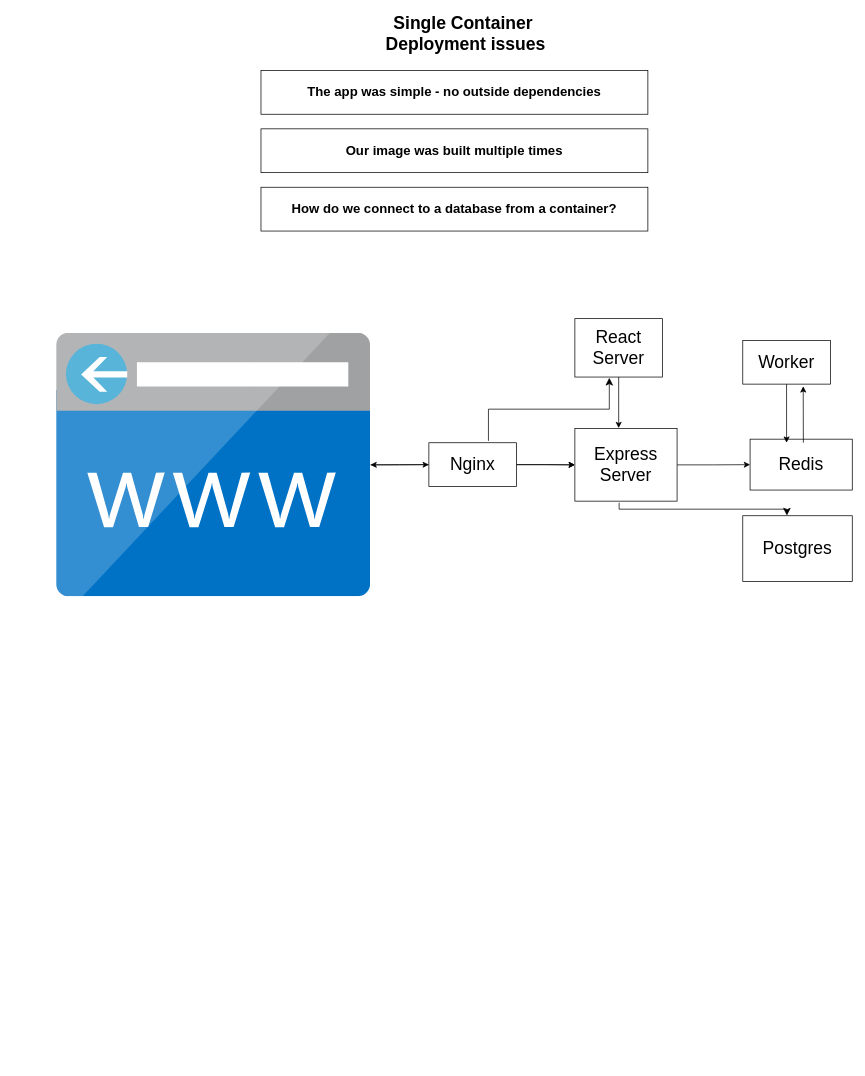
Before: page "multiple container" (9 of 10) of Untitled Diagram.drawio in hephaestus88/docker, a draw.io diagram. Source tidied: cells renumbered, new cells numbered last; positions are measured from the earlier drawing's top-left corner, leaving out a move shared by most shapes. Both pictures are drawn from the tidied source at 73%, with x=0, y=0 at pixel (56, 19).
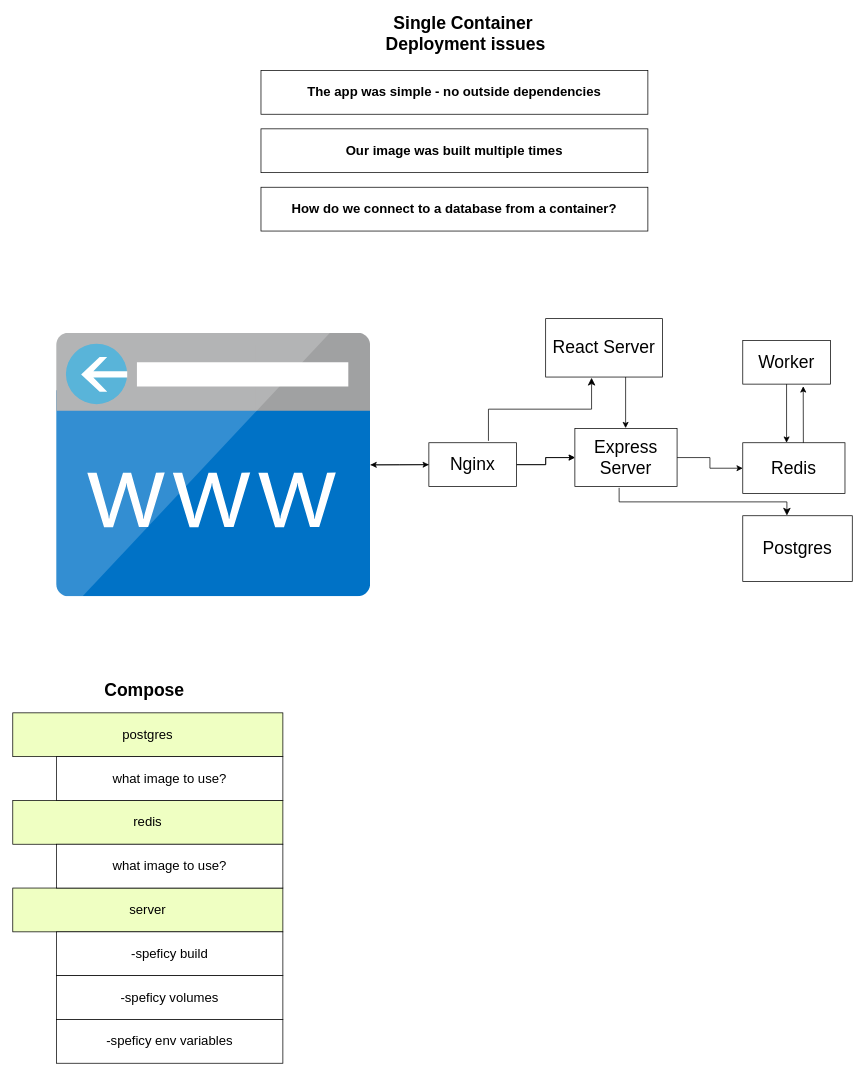
Above is the later version.

The edit, as a diff of the source:
```diff
@@
     <mxCell id="13" value="&lt;font style=&quot;font-size: 24px;&quot;&gt;Express Server&lt;/font&gt;" style="whiteSpace=wrap;html=1;rounded=0;" parent="1" vertex="1">
-      <mxGeometry x="710" y="560.6" width="140" height="99.4" as="geometry" />
+      <mxGeometry x="710" y="560.6" width="140" height="79.4" as="geometry" />
     </mxCell>
     <mxCell id="14" value="&lt;font style=&quot;font-size: 24px;&quot;&gt;React Server&lt;/font&gt;" style="whiteSpace=wrap;html=1;rounded=0;" parent="1" vertex="1">
-      <mxGeometry x="710" y="410" width="120" height="80" as="geometry" />
+      <mxGeometry x="670" y="410" width="160" height="80" as="geometry" />
     </mxCell>
     <mxCell id="15" style="endArrow=classic;html=1;rounded=0;" parent="1" edge="1">
       <mxGeometry relative="1" as="geometry">
-        <mxPoint x="770" y="490" as="sourcePoint" />
-        <mxPoint x="770" y="560" as="targetPoint" />
+        <mxPoint x="779.5" y="490" as="sourcePoint" />
+        <mxPoint x="779.5" y="560" as="targetPoint" />
       </mxGeometry>
     </mxCell>
@@
     <mxCell id="17" value="&lt;font style=&quot;font-size: 24px;&quot;&gt;Redis&lt;/font&gt;" style="whiteSpace=wrap;html=1;rounded=0;" parent="1" vertex="1">
-      <mxGeometry x="950" y="575.1" width="140" height="69.7" as="geometry" />
+      <mxGeometry x="940" y="580" width="140" height="69.7" as="geometry" />
     </mxCell>
@@
+    <mxCell id="23" value="&lt;font style=&quot;font-size: 18px;&quot;&gt;postgres&lt;/font&gt;" style="rounded=0;whiteSpace=wrap;html=1;fillColor=#EFFFC2;" parent="1" vertex="1">
+      <mxGeometry x="-60" y="950" width="370" height="60" as="geometry" />
+    </mxCell>
+    <mxCell id="24" value="&lt;font style=&quot;font-size: 18px;&quot;&gt;redis&lt;/font&gt;" style="rounded=0;whiteSpace=wrap;html=1;fillColor=#EFFFC2;" parent="1" vertex="1">
+      <mxGeometry x="-60" y="1070" width="370" height="60" as="geometry" />
+    </mxCell>
+    <mxCell id="25" value="&lt;font style=&quot;font-size: 18px;&quot;&gt;server&lt;/font&gt;" style="rounded=0;whiteSpace=wrap;html=1;fillColor=#EFFFC2;" parent="1" vertex="1">
+      <mxGeometry x="-60" y="1190" width="370" height="60" as="geometry" />
+    </mxCell>
+    <mxCell id="26" value="&lt;font style=&quot;font-size: 18px;&quot;&gt;what image to use?&lt;/font&gt;" style="rounded=0;whiteSpace=wrap;html=1;" parent="1" vertex="1">
+      <mxGeometry y="1010" width="310" height="60" as="geometry" />
+    </mxCell>
+    <mxCell id="27" value="&lt;font style=&quot;font-size: 18px;&quot;&gt;what image to use?&lt;/font&gt;" style="rounded=0;whiteSpace=wrap;html=1;" parent="1" vertex="1">
+      <mxGeometry y="1130" width="310" height="60" as="geometry" />
+    </mxCell>
+    <mxCell id="28" value="&lt;font style=&quot;font-size: 18px;&quot;&gt;-speficy build&lt;/font&gt;" style="rounded=0;whiteSpace=wrap;html=1;" parent="1" vertex="1">
+      <mxGeometry y="1250" width="310" height="60" as="geometry" />
+    </mxCell>
+    <mxCell id="29" value="&lt;font style=&quot;font-size: 18px;&quot;&gt;-speficy volumes&lt;/font&gt;" style="rounded=0;whiteSpace=wrap;html=1;" parent="1" vertex="1">
+      <mxGeometry y="1310" width="310" height="60" as="geometry" />
+    </mxCell>
+    <mxCell id="30" value="&lt;font style=&quot;font-size: 18px;&quot;&gt;-speficy env variables&lt;/font&gt;" style="rounded=0;whiteSpace=wrap;html=1;" parent="1" vertex="1">
+      <mxGeometry y="1370" width="310" height="60" as="geometry" />
+    </mxCell>
+    <mxCell id="31" value="Compose" style="text;strokeColor=none;fillColor=none;html=1;fontSize=24;fontStyle=1;verticalAlign=middle;align=center;" parent="1" vertex="1">
+      <mxGeometry x="70" y="900" width="100" height="40" as="geometry" />
+    </mxCell>
```
